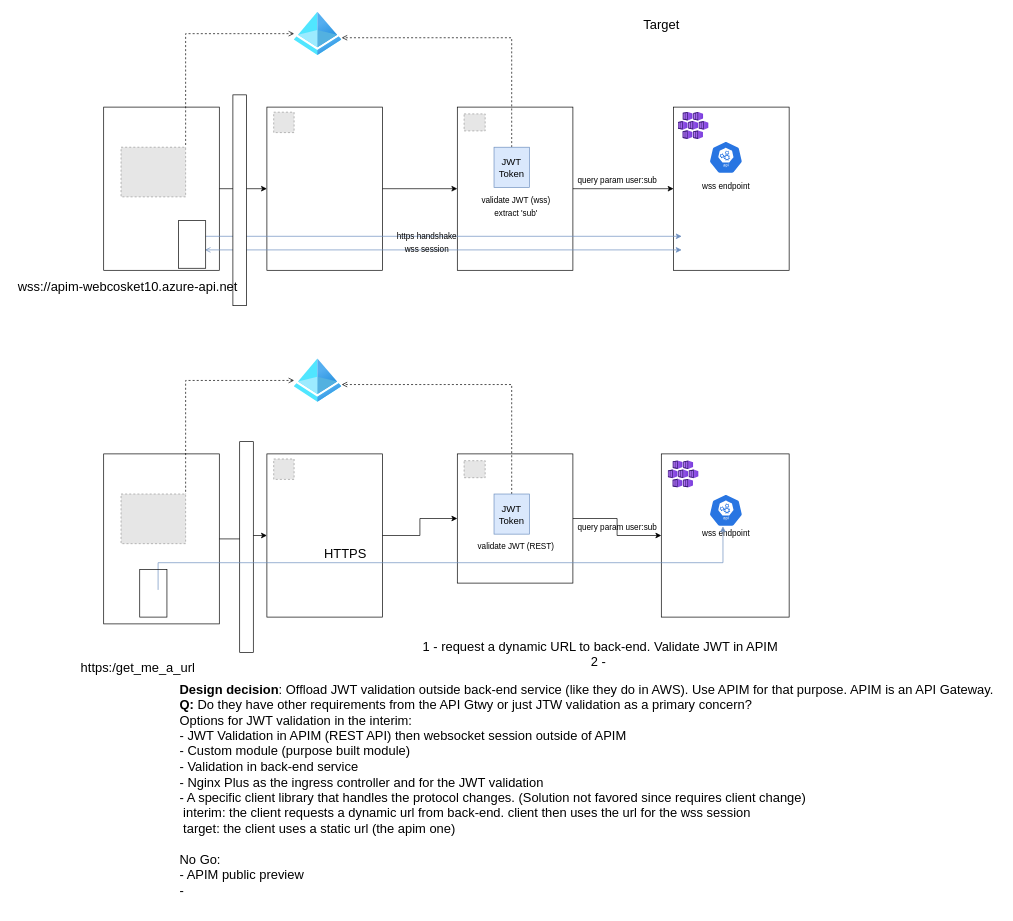
Above: page "Page-3" (3 of 3) of docs/integration/APIM.drawio in namtazpro/az-app-inno-p (draw.io), before the change. Source tidied: cells renumbered, new cells numbered last; positions are measured from the earlier drawing's top-left corner, leaving out a move shared by most shapes. Both pictures are drawn from the tidied source at 68%, with x=0, y=0 at pixel (12, 12). Pictures stored in the file or linked from it are replaced by grey dashed boxes.
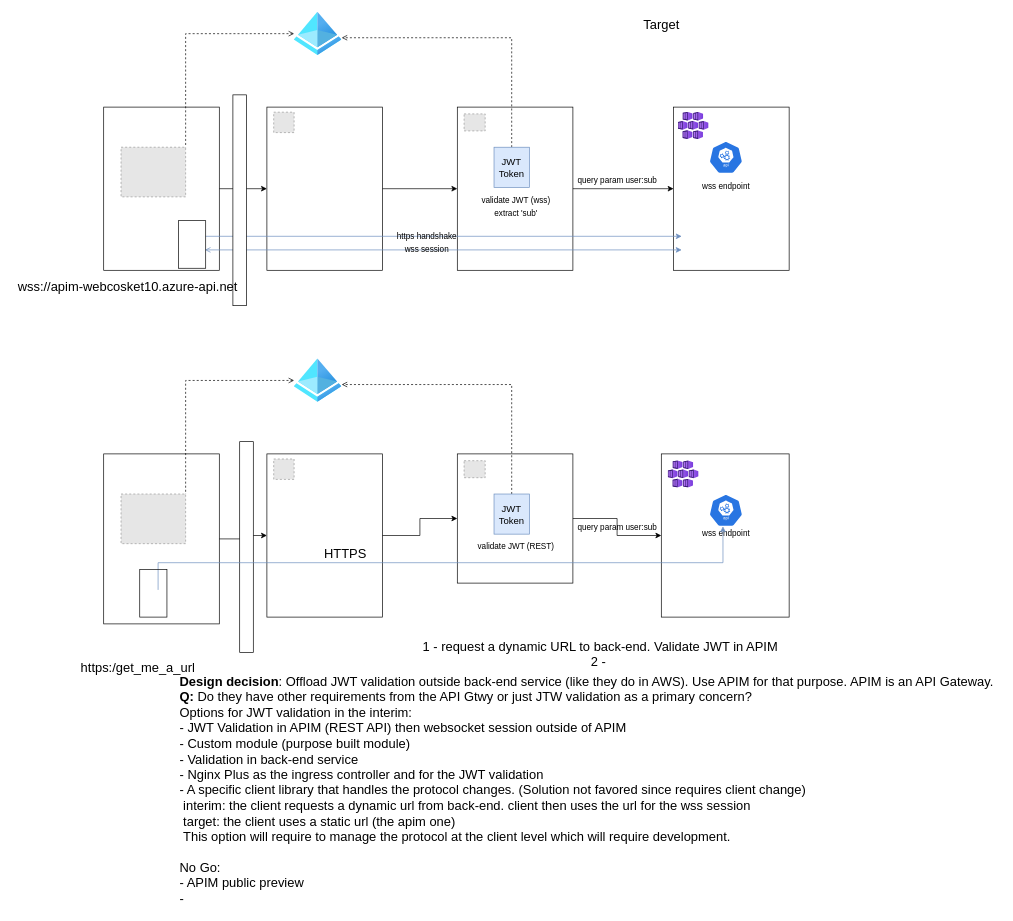
Above is the later version.

What changed in the source:
```diff
@@
-    <mxCell id="45" value="&lt;b&gt;Design decision&lt;/b&gt;: Offload JWT validation outside back-end service (like they do in AWS). Use APIM for that purpose. APIM is an API Gateway. &lt;br&gt;&lt;b&gt;Q: &lt;/b&gt;Do they have other requirements from the API Gtwy or just JTW validation as a primary concern?&lt;br&gt;Options for JWT validation in the interim: &lt;br&gt;- JWT Validation in APIM (REST API) then websocket session outside of APIM&lt;br&gt;- Custom module (purpose built module)&lt;br&gt;- Validation in back-end service&lt;br&gt;- Nginx Plus as the ingress controller and for the JWT validation&lt;br&gt;- A specific client library that handles the protocol changes. (Solution not favored since requires client change)&amp;nbsp;&lt;br&gt;&amp;nbsp;interim: the client requests a dynamic url from back-end. client then uses the url for the wss session&lt;br&gt;&amp;nbsp;target: the client uses a static url (the apim one)&lt;br&gt;&lt;br&gt;No Go:&lt;br&gt;- APIM public preview&lt;br&gt;-" style="text;html=1;align=left;verticalAlign=middle;fillColor=none;strokeColor=none;rounded=0;fontSize=19;" parent="1" vertex="1">
-      <mxGeometry x="245" y="980" width="1210" height="330" as="geometry" />
+    <mxCell id="45" value="&lt;b&gt;Design decision&lt;/b&gt;: Offload JWT validation outside back-end service (like they do in AWS). Use APIM for that purpose. APIM is an API Gateway. &lt;br&gt;&lt;b&gt;Q: &lt;/b&gt;Do they have other requirements from the API Gtwy or just JTW validation as a primary concern?&lt;br&gt;Options for JWT validation in the interim: &lt;br&gt;- JWT Validation in APIM (REST API) then websocket session outside of APIM&lt;br&gt;- Custom module (purpose built module)&lt;br&gt;- Validation in back-end service&lt;br&gt;- Nginx Plus as the ingress controller and for the JWT validation&lt;br&gt;- A specific client library that handles the protocol changes. (Solution not favored since requires client change)&amp;nbsp;&lt;br&gt;&amp;nbsp;interim: the client requests a dynamic url from back-end. client then uses the url for the wss session&lt;br&gt;&amp;nbsp;target: the client uses a static url (the apim one)&lt;br&gt;&amp;nbsp;This option will require to manage the protocol at the client level which will require development.&lt;br&gt;&lt;br&gt;No Go:&lt;br&gt;- APIM public preview&lt;br&gt;-" style="text;html=1;align=left;verticalAlign=middle;fillColor=none;strokeColor=none;rounded=0;fontSize=19;" parent="1" vertex="1">
+      <mxGeometry x="245" y="970" width="1210" height="350" as="geometry" />
     </mxCell>
```
